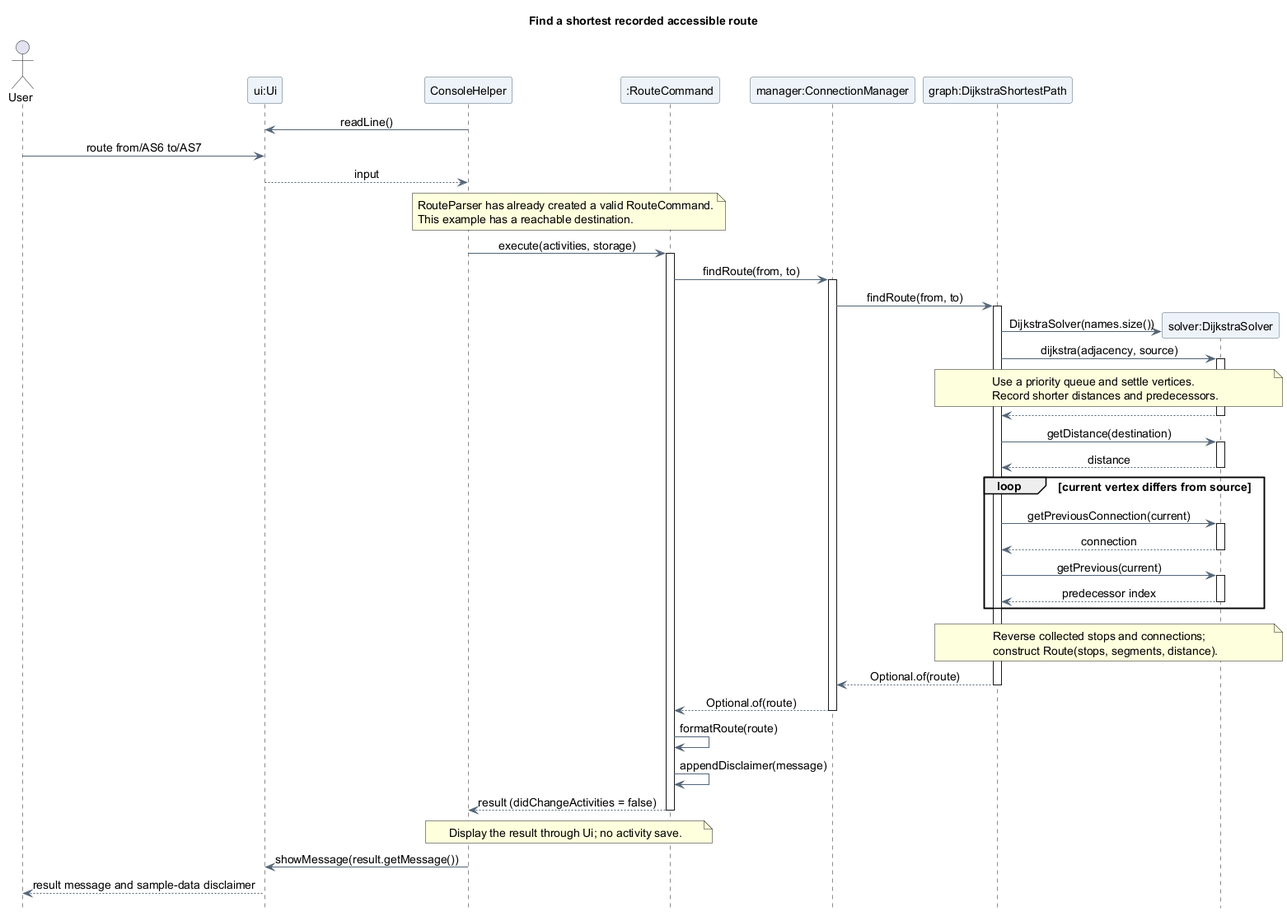
Before: docs/images/luke/sequence/RouteSearchSequence.png, a diagram exported from PlantUML (AY2627S1-CS2113-T10-4/tp).
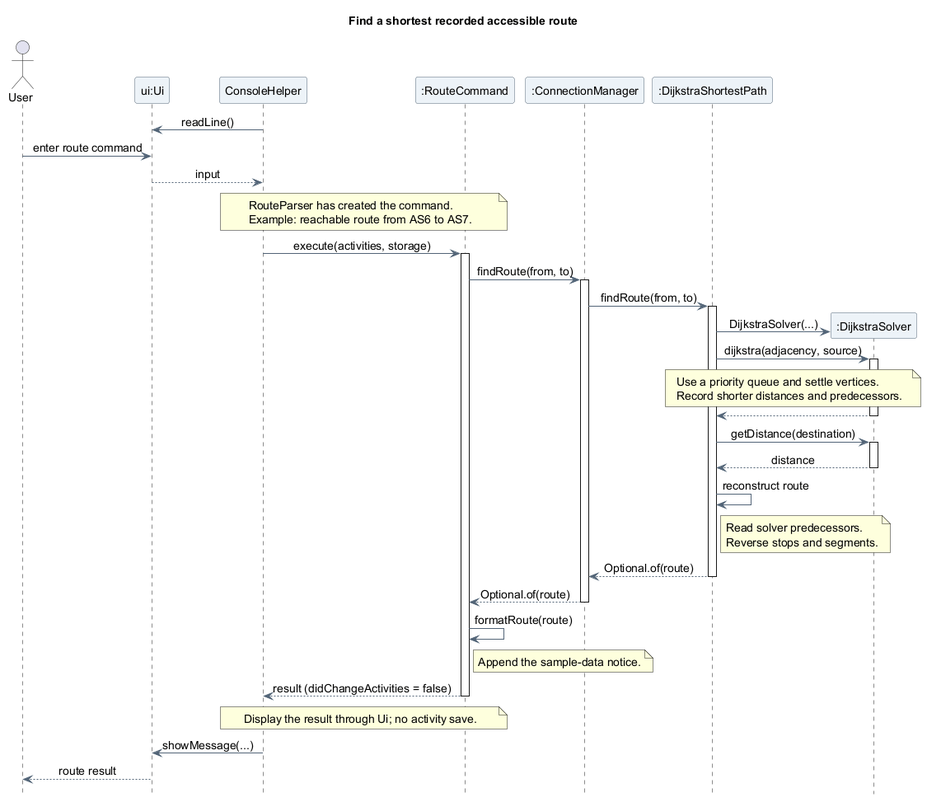
The same diagram one commit later.

Change to the diagram source:
```diff
@@ -14,16 +14,16 @@
 participant "ui:Ui" as UI
 participant "ConsoleHelper" as Console
 participant ":RouteCommand" as Command
-participant "manager:ConnectionManager" as Manager
-participant "graph:DijkstraShortestPath" as Graph
+participant ":ConnectionManager" as Manager
+participant ":DijkstraShortestPath" as Graph
 
 Console -> UI : readLine()
-User -> UI : route from/AS6 to/AS7
+User -> UI : enter route command
 UI --> Console : input
 
 note over Console, Command
-  RouteParser has already created a valid RouteCommand.
-  This example has a reachable destination.
+  RouteParser has created the command.
+  Example: reachable route from AS6 to AS7.
 end note
 Console -> Command : execute(activities, storage)
 activate Command
@@ -31,8 +31,8 @@
 activate Manager
 Manager -> Graph : findRoute(from, to)
 activate Graph
-create participant "solver:DijkstraSolver" as Solver
-Graph -> Solver : DijkstraSolver(names.size())
+create participant ":DijkstraSolver" as Solver
+Graph -> Solver : DijkstraSolver(...)
 Graph -> Solver : dijkstra(adjacency, source)
 activate Solver
 note over Graph, Solver
@@ -45,31 +45,24 @@
 activate Solver
 Solver --> Graph : distance
 deactivate Solver
-loop current vertex differs from source
-  Graph -> Solver : getPreviousConnection(current)
-  activate Solver
-  Solver --> Graph : connection
-  deactivate Solver
-  Graph -> Solver : getPrevious(current)
-  activate Solver
-  Solver --> Graph : predecessor index
-  deactivate Solver
-end
-note over Graph, Solver
-  Reverse collected stops and connections;
-  construct Route(stops, segments, distance).
+Graph -> Graph : reconstruct route
+note right of Graph
+  Read solver predecessors.
+  Reverse stops and segments.
 end note
 Graph --> Manager : Optional.of(route)
 deactivate Graph
 Manager --> Command : Optional.of(route)
 deactivate Manager
 Command -> Command : formatRoute(route)
-Command -> Command : appendDisclaimer(message)
+note right of Command
+  Append the sample-data notice.
+end note
 Command --> Console : result (didChangeActivities = false)
 deactivate Command
 note over Console, Command
   Display the result through Ui; no activity save.
 end note
-Console -> UI : showMessage(result.getMessage())
-UI --> User : result message and sample-data disclaimer
+Console -> UI : showMessage(...)
+UI --> User : route result
 @enduml
```
